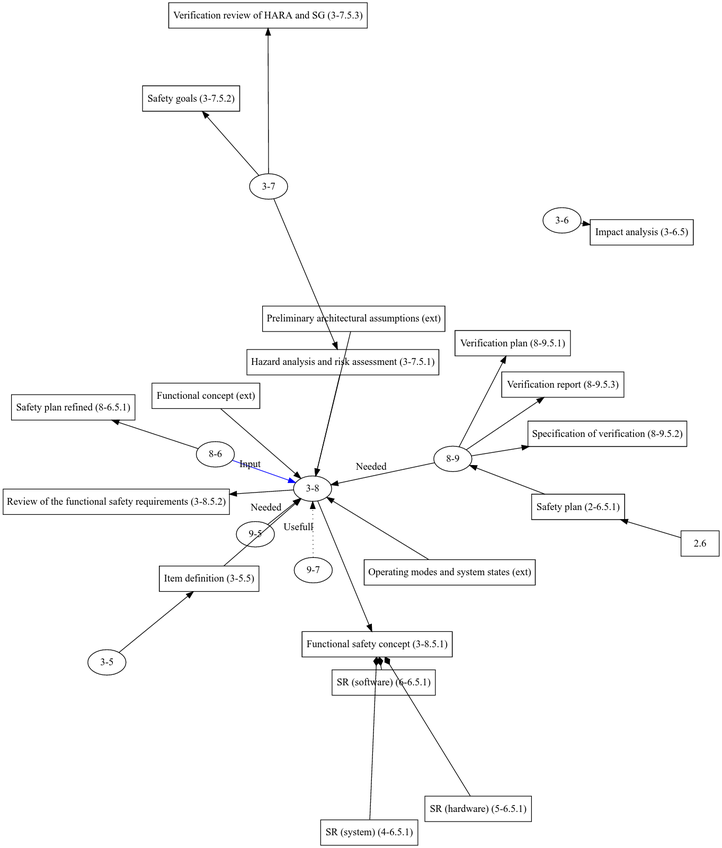
den1den/adaptive_cruise_control keeps this Graphviz diagram as ISO_model/dependencies/dep_graph.png. Above is the earlier version. Its source is kept beside it as ISO_model/dependencies/dep_graph.dot. The source it was exported from:
```dot

digraph G
{
  /*
   * Clauses
   */
  node[shape=ellipse];
  3.5[label="3-5"];
  3.6[label="3-6"];
  3.7[label="3-7"];
  3.8[label="3-8\nFunctional safety concept"];
  8.6[label="8-6"];
  8.9[label="8-9"];
  9.5[label="9-5"];
  9.7[label="9-7"];
  edge[style=dotted, label="Usefull"]
  9.7 -> 3.8;
  edge[style=solid,label="Needed"]
  9.5 -> 3.8;
  8.9 -> 3.8;
  edge[style=solid,color=blue,label="Input"];
  8.6 -> 3.8;
  edge[color=normal];

  /*
   * Work products
   */
  node[shape=rect];
  edge[style=solid, label=""];

  safety_plan[label="Safety plan (2-6.5.1)"];
  2.6 -> safety_plan;
  safety_plan -> 8.9;

  item_def[label="Item definition (3-5.5)"];
  3.5 -> item_def;
  item_def -> 3.8;

  impact_anal[label="Impact analysis (3-6.5)"];
  3.6 -> impact_anal;

  hara[label="Hazard analysis and risk assessment (3-7.5.1)"]
  sg[label="Safety goals (3-7.5.2)"]
  veri_hara_sg[label="Verification review of HARA and SG (3-7.5.3)"]
  3.7 -> hara;
  3.7 -> sg;
  3.7 -> veri_hara_sg;

  prelim[label="Preliminary architectural assumptions (ext)"];
  fc[label="Functional concept (ext)"];
  om_ss[label="Operating modes and system states (ext)"];
  prelim -> 3.8;
  fc -> 3.8;
  om_ss -> 3.8;
  fsc[label="Functional safety concept (3-8.5.1)"];
  review_sr[label="Review of the functional safety requirements (3-8.5.2)"];
  3.8 -> fsc;
  3.8 -> review_sr;
  hara -> 3.8;

  sr_sys[label="SR (system) (4-6.5.1)"];
  sr_sys -> fsc[arrowhead=diamond];

  sr_hw[label="SR (hardware) (5-6.5.1)"];
  sr_hw -> fsc[arrowhead=diamond];

  sr_sw[label="SR (software) (6-6.5.1)"];
  sr_sw -> fsc[arrowhead=diamond];

  safety_plan2[label="Safety plan refined (8-6.5.1)"];
  8.6 -> safety_plan2;

  ver_plan[label="Verification plan (8-9.5.1)"];
  ver_spec[label="Specification of verification (8-9.5.2)"];
  ver_report[label="Verification report (8-9.5.3)"];
  8.9 -> ver_plan;
  8.9 -> ver_spec;
  8.9 -> ver_report;

  /** Requirements decomposition with respect to ASIL tailoring
    * Assumed that this is more like a tool then an actual document
    *
  fsc -> 9.5 //3-8.5.1
  sr_sys -> 9.5
  sr_hw -> 9.5
  sr_sw -> 9.5
  arc_sys -> 9.5
  arc_hw -> 9.5
  arc_sw -> 9.5
  item_def -> 9.5
  sg -> 9.5
  */


  /*subgraph cluster_input {
    label="Input";
    color=blue;
  }*/


}
```
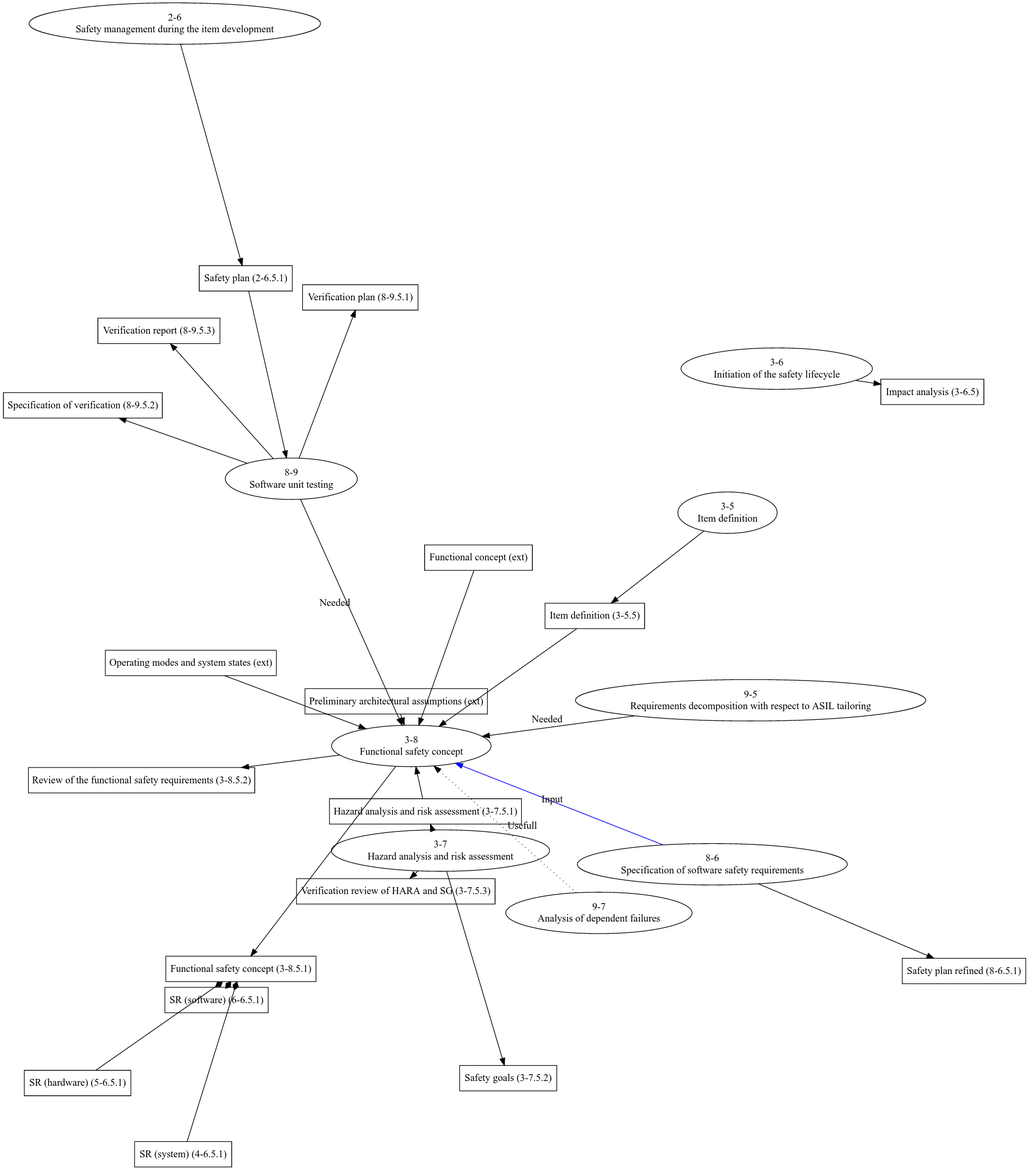
After the change.

Commit message:
Added partial ISO dependency graph

What changed in the source:
```diff
@@ -5,14 +5,15 @@
    * Clauses
    */
   node[shape=ellipse];
-  3.5[label="3-5"];
-  3.6[label="3-6"];
-  3.7[label="3-7"];
+  2.6[label="2-6\nSafety management during the item development"]
+  3.5[label="3-5\nItem definition"];
+  3.6[label="3-6\nInitiation of the safety lifecycle"];
+  3.7[label="3-7\nHazard analysis and risk assessment"];
   3.8[label="3-8\nFunctional safety concept"];
-  8.6[label="8-6"];
-  8.9[label="8-9"];
-  9.5[label="9-5"];
-  9.7[label="9-7"];
+  8.6[label="8-6\nSpecification of software safety requirements"];
+  8.9[label="8-9\nSoftware unit testing"];
+  9.5[label="9-5\nRequirements decomposition with respect to ASIL tailoring"];
+  9.7[label="9-7\nAnalysis of dependent failures"];
   edge[style=dotted, label="Usefull"]
   9.7 -> 3.8;
   edge[style=solid,label="Needed"]
```
